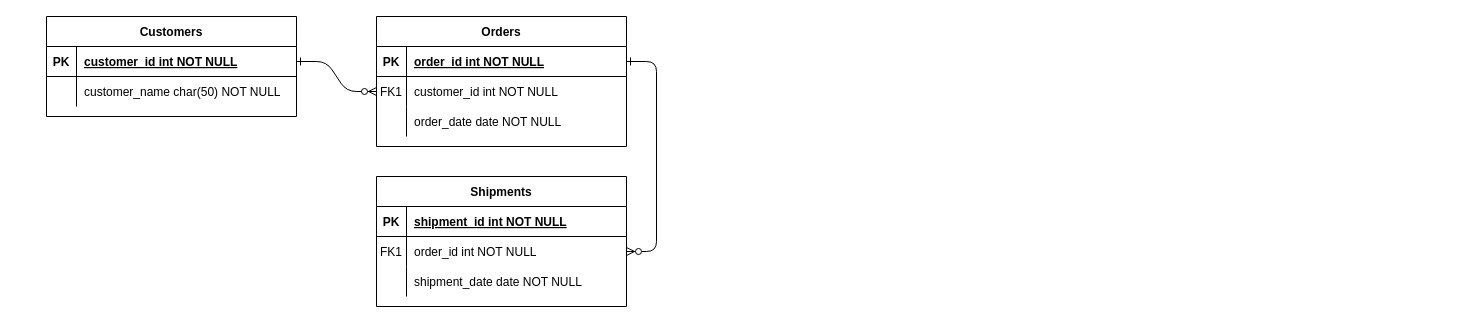
Before: carrot.drawio in moto6/draw, a draw.io diagram. Source tidied: cells renumbered, new cells numbered last; positions are measured from the earlier drawing's top-left corner, leaving out a move shared by most shapes. Both pictures are drawn from the tidied source at 100%, with x=0, y=0 at pixel (46, 16).
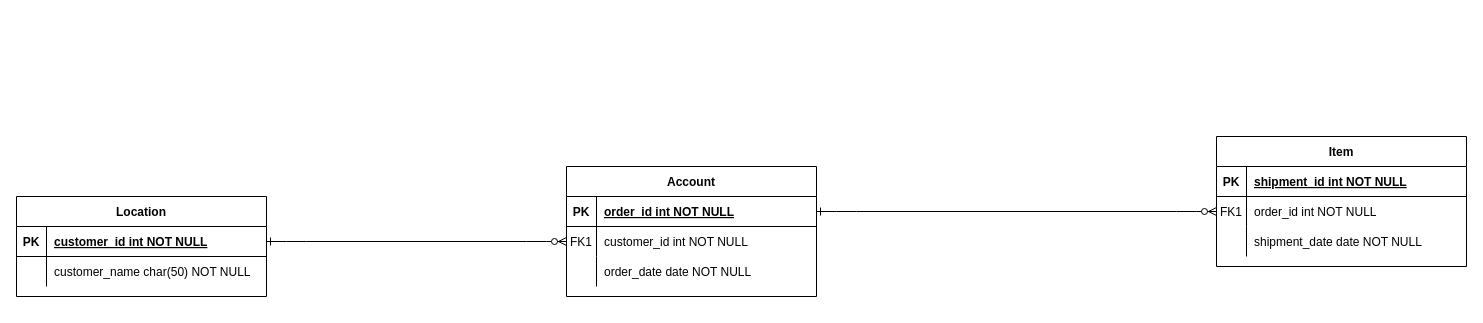
After the change.

Change to the diagram source:
```diff
@@
-    <mxCell id="4" value="Orders" style="shape=table;startSize=30;childLayout=tableLayout;rowLines=0;fontStyle=1;align=center;" parent="1" vertex="1">
-      <mxGeometry x="330" width="250" height="130" as="geometry" />
+    <mxCell id="4" value="Account" style="shape=table;startSize=30;childLayout=tableLayout;rowLines=0;fontStyle=1;align=center;" parent="1" vertex="1">
+      <mxGeometry x="520" y="150" width="250" height="130" as="geometry" />
     </mxCell>
@@
-    <mxCell id="14" value="Shipments" style="shape=table;startSize=30;childLayout=tableLayout;rowLines=0;fontStyle=1;align=center;" parent="1" vertex="1">
-      <mxGeometry x="330" y="160" width="250" height="130" as="geometry" />
+    <mxCell id="14" value="Item" style="shape=table;startSize=30;childLayout=tableLayout;rowLines=0;fontStyle=1;align=center;" parent="1" vertex="1">
+      <mxGeometry x="1170" y="120" width="250" height="130" as="geometry" />
     </mxCell>
@@
-    <mxCell id="24" value="Customers" style="shape=table;startSize=30;childLayout=tableLayout;rowLines=0;fontStyle=1;align=center;" parent="1" vertex="1">
-      <mxGeometry width="250" height="100" as="geometry" />
+    <mxCell id="24" value="Location" style="shape=table;startSize=30;childLayout=tableLayout;rowLines=0;fontStyle=1;align=center;" parent="1" vertex="1">
+      <mxGeometry x="-30" y="180" width="250" height="100" as="geometry" />
     </mxCell>
```
